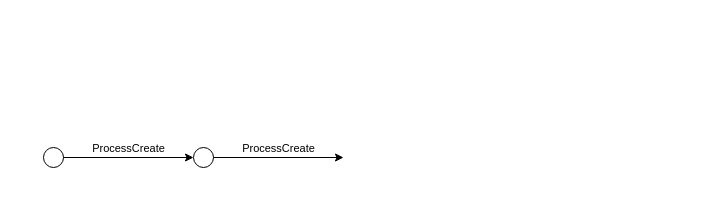
The draw.io diagram 银狐1.drawio in ernongxizhu/picture, before the edit. Source tidied: cells renumbered, new cells numbered last; positions are measured from the earlier drawing's top-left corner, leaving out a move shared by most shapes. Both pictures are drawn from the tidied source at 100%, with x=0, y=0 at pixel (43, 147).
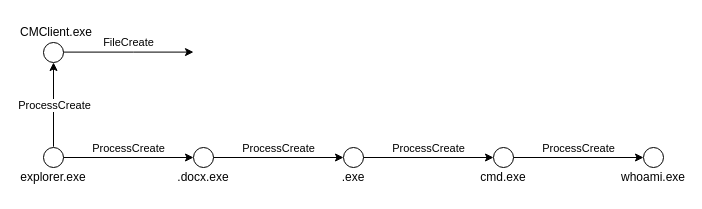
The same diagram, later.

Change to the diagram source:
```diff
@@
+    <mxCell id="8" value="explorer.exe" style="text;strokeColor=none;align=center;fillColor=none;html=1;verticalAlign=middle;whiteSpace=wrap;rounded=0;" parent="1" vertex="1">
+      <mxGeometry x="-20" y="15" width="60" height="30" as="geometry" />
+    </mxCell>
+    <mxCell id="9" value=".docx.exe" style="text;strokeColor=none;align=center;fillColor=none;html=1;verticalAlign=middle;whiteSpace=wrap;rounded=0;" parent="1" vertex="1">
+      <mxGeometry x="130" y="15" width="60" height="30" as="geometry" />
+    </mxCell>
+    <mxCell id="10" style="ellipse;whiteSpace=wrap;html=1;" parent="1" vertex="1">
+      <mxGeometry x="300" width="20" height="20" as="geometry" />
+    </mxCell>
+    <mxCell id="11" style="endArrow=classic;html=1;rounded=0;exitX=1;exitY=0.5;exitDx=0;exitDy=0;" parent="1" edge="1" source="10">
+      <mxGeometry relative="1" as="geometry">
+        <mxPoint x="450" y="10" as="targetPoint" />
+      </mxGeometry>
+    </mxCell>
+    <mxCell id="12" value="ProcessCreate" style="edgeLabel;html=1;align=center;verticalAlign=middle;" parent="11" vertex="1">
+      <mxGeometry x="-0.16" y="3" relative="1" as="geometry">
+        <mxPoint x="9" y="-7" as="offset" />
+      </mxGeometry>
+    </mxCell>
+    <mxCell id="13" value=".exe" style="text;strokeColor=none;align=center;fillColor=none;html=1;verticalAlign=middle;whiteSpace=wrap;rounded=0;" parent="1" vertex="1">
+      <mxGeometry x="280" y="15" width="60" height="30" as="geometry" />
+    </mxCell>
+    <mxCell id="14" style="ellipse;whiteSpace=wrap;html=1;" parent="1" vertex="1">
+      <mxGeometry x="450" width="20" height="20" as="geometry" />
+    </mxCell>
+    <mxCell id="15" style="endArrow=classic;html=1;rounded=0;exitX=1;exitY=0.5;exitDx=0;exitDy=0;" parent="1" edge="1" source="14">
+      <mxGeometry relative="1" as="geometry">
+        <mxPoint x="600" y="10" as="targetPoint" />
+      </mxGeometry>
+    </mxCell>
+    <mxCell id="16" value="ProcessCreate" style="edgeLabel;html=1;align=center;verticalAlign=middle;" parent="15" vertex="1">
+      <mxGeometry x="-0.16" y="3" relative="1" as="geometry">
+        <mxPoint x="9" y="-7" as="offset" />
+      </mxGeometry>
+    </mxCell>
+    <mxCell id="17" value="cmd.exe" style="text;strokeColor=none;align=center;fillColor=none;html=1;verticalAlign=middle;whiteSpace=wrap;rounded=0;" parent="1" vertex="1">
+      <mxGeometry x="430" y="15" width="60" height="30" as="geometry" />
+    </mxCell>
+    <mxCell id="18" style="ellipse;whiteSpace=wrap;html=1;" parent="1" vertex="1">
+      <mxGeometry x="600" width="20" height="20" as="geometry" />
+    </mxCell>
+    <mxCell id="19" value="whoami.exe" style="text;strokeColor=none;align=center;fillColor=none;html=1;verticalAlign=middle;whiteSpace=wrap;rounded=0;" parent="1" vertex="1">
+      <mxGeometry x="580" y="15" width="60" height="30" as="geometry" />
+    </mxCell>
+    <mxCell id="20" style="endArrow=classic;html=1;rounded=0;exitX=1;exitY=0.5;exitDx=0;exitDy=0;" parent="1" edge="1">
+      <mxGeometry relative="1" as="geometry">
+        <mxPoint x="10" y="-0.8" as="sourcePoint" />
+        <mxPoint x="10" y="-85" as="targetPoint" />
+      </mxGeometry>
+    </mxCell>
+    <mxCell id="21" value="ProcessCreate" style="edgeLabel;html=1;align=center;verticalAlign=middle;" parent="20" vertex="1">
+      <mxGeometry x="-0.16" y="3" relative="1" as="geometry">
+        <mxPoint x="3" y="-7" as="offset" />
+      </mxGeometry>
+    </mxCell>
+    <mxCell id="22" style="ellipse;whiteSpace=wrap;html=1;" parent="1" vertex="1">
+      <mxGeometry y="-105" width="20" height="20" as="geometry" />
+    </mxCell>
+    <mxCell id="23" value="CMClient.exe" style="text;strokeColor=none;align=center;fillColor=none;html=1;verticalAlign=middle;whiteSpace=wrap;rounded=0;" parent="1" vertex="1">
+      <mxGeometry x="-17" y="-130" width="60" height="30" as="geometry" />
+    </mxCell>
+    <mxCell id="24" style="endArrow=classic;html=1;rounded=0;exitX=1;exitY=0.5;exitDx=0;exitDy=0;edgeStyle=elbowEdgeStyle;" parent="1" edge="1">
+      <mxGeometry relative="1" as="geometry">
+        <mxPoint x="20" y="-95.4" as="sourcePoint" />
+        <mxPoint x="150" y="-95.4" as="targetPoint" />
+        <Array as="points">
+          <mxPoint x="90" y="-95" />
+        </Array>
+      </mxGeometry>
+    </mxCell>
+    <mxCell id="25" value="FileCreate" style="edgeLabel;html=1;align=center;verticalAlign=middle;" parent="24" vertex="1">
+      <mxGeometry x="-0.16" y="3" relative="1" as="geometry">
+        <mxPoint x="9" y="-7" as="offset" />
+      </mxGeometry>
+    </mxCell>
```
